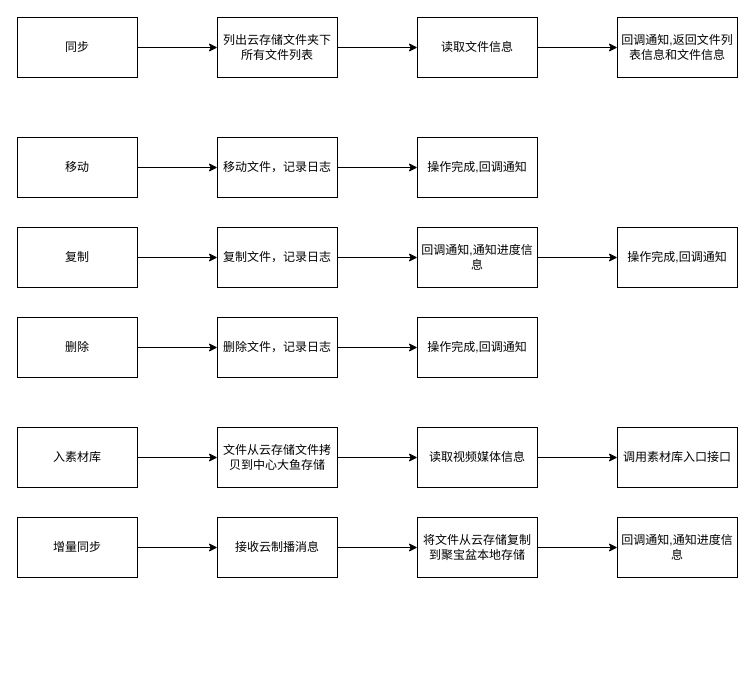
The draw.io diagram 未命名绘图.drawio in hnzhouzhoujay/Activity, before the edit. Source tidied: cells renumbered, new cells numbered last; positions are measured from the earlier drawing's top-left corner, leaving out a move shared by most shapes. Both pictures are drawn from the tidied source at 100%, with x=0, y=0 at pixel (17, 17).
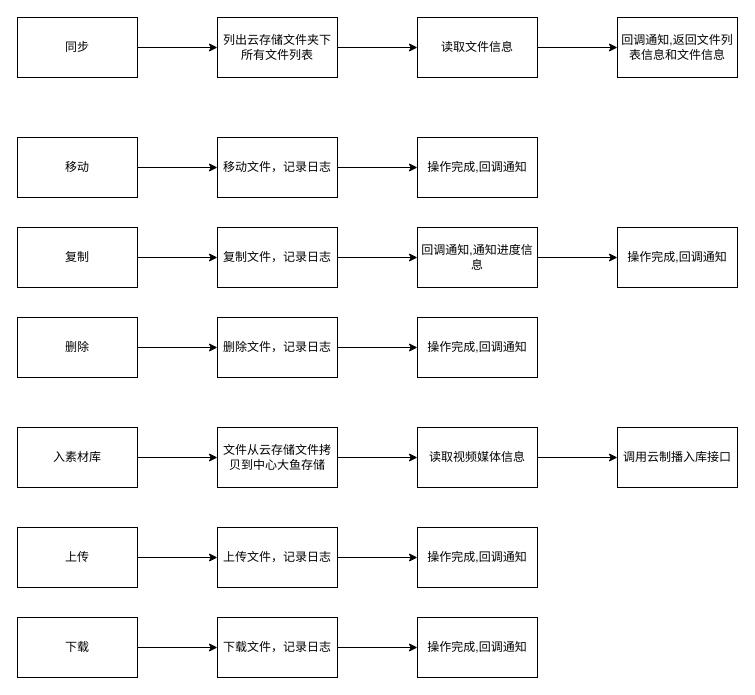
Above is the later version.

What changed in the source:
```diff
@@
-    <mxCell id="32" value="调用素材库入口接口" style="rounded=0;whiteSpace=wrap;html=1;" parent="1" vertex="1">
+    <mxCell id="32" value="调用云制播入库接口" style="rounded=0;whiteSpace=wrap;html=1;" parent="1" vertex="1">
       <mxGeometry x="600" y="410" width="120" height="60" as="geometry" />
     </mxCell>
-    <mxCell id="33" style="edgeStyle=orthogonalEdgeStyle;rounded=0;jettySize=auto;html=1;" parent="1" edge="1" source="34" target="36">
-      <mxGeometry relative="1" as="geometry" />
-    </mxCell>
-    <mxCell id="34" value="增量同步" style="rounded=0;whiteSpace=wrap;html=1;" parent="1" vertex="1">
-      <mxGeometry y="500" width="120" height="60" as="geometry" />
-    </mxCell>
-    <mxCell id="35" style="edgeStyle=orthogonalEdgeStyle;rounded=0;jettySize=auto;html=1;" parent="1" edge="1" source="36" target="38">
-      <mxGeometry relative="1" as="geometry" />
-    </mxCell>
-    <mxCell id="36" value="接收云制播消息" style="rounded=0;whiteSpace=wrap;html=1;" parent="1" vertex="1">
-      <mxGeometry x="200" y="500" width="120" height="60" as="geometry" />
-    </mxCell>
-    <mxCell id="37" style="edgeStyle=orthogonalEdgeStyle;rounded=0;jettySize=auto;html=1;" parent="1" edge="1" source="38" target="39">
-      <mxGeometry relative="1" as="geometry" />
-    </mxCell>
-    <mxCell id="38" value="将文件从云存储复制到聚宝盆本地存储" style="rounded=0;whiteSpace=wrap;html=1;" parent="1" vertex="1">
-      <mxGeometry x="400" y="500" width="120" height="60" as="geometry" />
-    </mxCell>
-    <mxCell id="39" value="回调通知,通知进度信息" style="rounded=0;whiteSpace=wrap;html=1;" parent="1" vertex="1">
-      <mxGeometry x="600" y="500" width="120" height="60" as="geometry" />
-    </mxCell>
+    <mxCell id="40" style="edgeStyle=orthogonalEdgeStyle;rounded=0;jettySize=auto;html=1;entryX=0;entryY=0.5;entryDx=0;entryDy=0;" parent="1" edge="1" source="41" target="43">
+      <mxGeometry relative="1" as="geometry" />
+    </mxCell>
+    <mxCell id="41" value="上传" style="rounded=0;whiteSpace=wrap;html=1;" parent="1" vertex="1">
+      <mxGeometry y="510" width="120" height="60" as="geometry" />
+    </mxCell>
+    <mxCell id="42" style="edgeStyle=orthogonalEdgeStyle;rounded=0;jettySize=auto;html=1;exitX=1;exitY=0.5;exitDx=0;exitDy=0;entryX=0;entryY=0.5;entryDx=0;entryDy=0;" parent="1" edge="1" source="43" target="44">
+      <mxGeometry relative="1" as="geometry" />
+    </mxCell>
+    <mxCell id="43" value="上传文件，记录日志" style="rounded=0;whiteSpace=wrap;html=1;" parent="1" vertex="1">
+      <mxGeometry x="200" y="510" width="120" height="60" as="geometry" />
+    </mxCell>
+    <mxCell id="44" value="操作完成,回调通知" style="rounded=0;whiteSpace=wrap;html=1;" parent="1" vertex="1">
+      <mxGeometry x="400" y="510" width="120" height="60" as="geometry" />
+    </mxCell>
+    <mxCell id="45" style="edgeStyle=orthogonalEdgeStyle;rounded=0;jettySize=auto;html=1;entryX=0;entryY=0.5;entryDx=0;entryDy=0;" parent="1" edge="1" source="46" target="48">
+      <mxGeometry relative="1" as="geometry" />
+    </mxCell>
+    <mxCell id="46" value="下载" style="rounded=0;whiteSpace=wrap;html=1;" parent="1" vertex="1">
+      <mxGeometry y="600" width="120" height="60" as="geometry" />
+    </mxCell>
+    <mxCell id="47" style="edgeStyle=orthogonalEdgeStyle;rounded=0;jettySize=auto;html=1;exitX=1;exitY=0.5;exitDx=0;exitDy=0;entryX=0;entryY=0.5;entryDx=0;entryDy=0;" parent="1" edge="1" source="48" target="49">
+      <mxGeometry relative="1" as="geometry" />
+    </mxCell>
+    <mxCell id="48" value="下载文件，记录日志" style="rounded=0;whiteSpace=wrap;html=1;" parent="1" vertex="1">
+      <mxGeometry x="200" y="600" width="120" height="60" as="geometry" />
+    </mxCell>
+    <mxCell id="49" value="操作完成,回调通知" style="rounded=0;whiteSpace=wrap;html=1;" parent="1" vertex="1">
+      <mxGeometry x="400" y="600" width="120" height="60" as="geometry" />
+    </mxCell>
```
